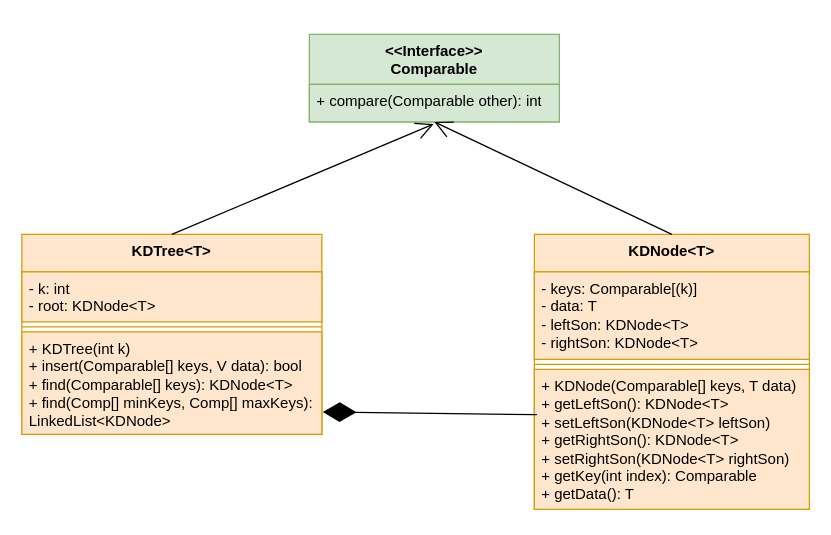
Earlier version of the draw.io diagram doc/UML/KDTreeUML.drawio (juraj-n/ADS2). Source tidied: cells renumbered, new cells numbered last; positions are measured from the earlier drawing's top-left corner, leaving out a move shared by most shapes. Both pictures are drawn from the tidied source at 125%, with x=0, y=0 at pixel (21, 34).
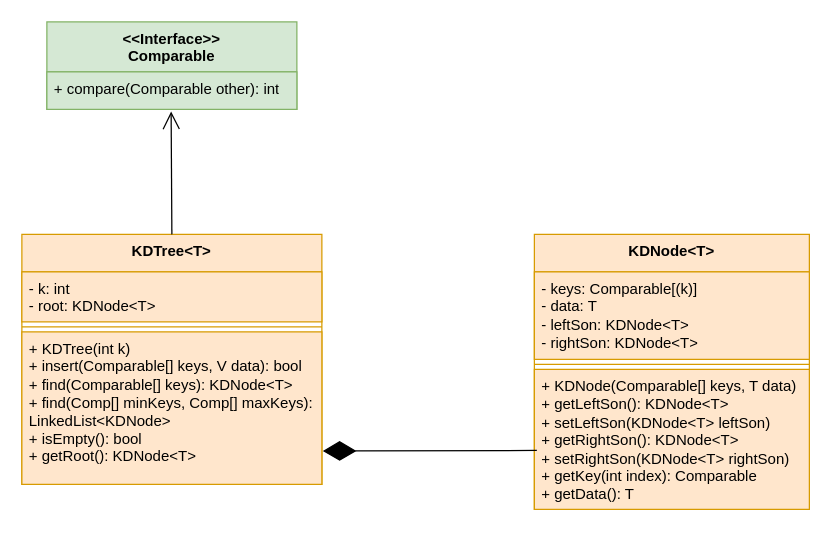
After the change.

Commit message (it also covers changes not shown here):
Data structure connecting QuadTree & KDTree

What changed in the source:
```diff
@@
 <mxGraphModel>
   <root>
     <mxCell id="0" />
     <mxCell id="1" parent="0" />
     <mxCell id="2" value="KDTree&lt;span style=&quot;background-color: transparent; color: light-dark(rgb(0, 0, 0), rgb(255, 255, 255));&quot;&gt;&amp;lt;T&amp;gt;&lt;/span&gt;" style="swimlane;fontStyle=1;align=center;verticalAlign=top;horizontal=1;startSize=30;whiteSpace=wrap;html=1;fillColor=#ffe6cc;strokeColor=#d79b00;" parent="1" vertex="1">
-      <mxGeometry y="160" width="240" height="160" as="geometry" />
+      <mxGeometry y="160" width="240" height="200" as="geometry" />
     </mxCell>
     <mxCell id="3" value="- k: int&lt;div&gt;- root: KDNode&amp;lt;T&amp;gt;&lt;/div&gt;" style="text;strokeColor=#d79b00;fillColor=#ffe6cc;align=left;verticalAlign=top;spacingLeft=4;spacingRight=4;overflow=hidden;whiteSpace=wrap;html=1;" parent="2" vertex="1">
       <mxGeometry y="30" width="240" height="40" as="geometry" />
     </mxCell>
     <mxCell id="4" style="line;strokeWidth=1;fillColor=#ffe6cc;align=left;verticalAlign=middle;spacingTop=-1;spacingLeft=3;spacingRight=3;labelPosition=right;strokeColor=#d79b00;" parent="2" vertex="1">
       <mxGeometry y="70" width="240" height="8" as="geometry" />
     </mxCell>
-    <mxCell id="5" value="+ KDTree(int k)&lt;div&gt;+ insert(Comparable[] keys, V data): bool&lt;/div&gt;&lt;div&gt;+ find(Comparable[] keys): KDNode&amp;lt;T&amp;gt;&lt;/div&gt;&lt;div&gt;+ find(Comp[] minKeys, Comp[] maxKeys): LinkedList&amp;lt;KDNode&amp;gt;&lt;/div&gt;" style="text;strokeColor=#d79b00;fillColor=#ffe6cc;align=left;verticalAlign=top;spacingLeft=4;spacingRight=4;overflow=hidden;points=[[0,0.5],[1,0.5]];portConstraint=eastwest;whiteSpace=wrap;html=1;" parent="2" vertex="1">
-      <mxGeometry y="78" width="240" height="82" as="geometry" />
+    <mxCell id="5" value="+ KDTree(int k)&lt;div&gt;+ insert(Comparable[] keys, V data): bool&lt;/div&gt;&lt;div&gt;+ find(Comparable[] keys): KDNode&amp;lt;T&amp;gt;&lt;/div&gt;&lt;div&gt;+ find(Comp[] minKeys, Comp[] maxKeys): LinkedList&amp;lt;KDNode&amp;gt;&lt;/div&gt;&lt;div&gt;+ isEmpty(): bool&lt;/div&gt;&lt;div&gt;+ getRoot(): KDNode&amp;lt;T&amp;gt;&lt;/div&gt;" style="text;strokeColor=#d79b00;fillColor=#ffe6cc;align=left;verticalAlign=top;spacingLeft=4;spacingRight=4;overflow=hidden;points=[[0,0.5],[1,0.5]];portConstraint=eastwest;whiteSpace=wrap;html=1;" parent="2" vertex="1">
+      <mxGeometry y="78" width="240" height="122" as="geometry" />
     </mxCell>
     <mxCell id="6" value="KDNode&lt;span style=&quot;background-color: transparent; color: light-dark(rgb(0, 0, 0), rgb(255, 255, 255));&quot;&gt;&amp;lt;T&amp;gt;&lt;/span&gt;" style="swimlane;fontStyle=1;align=center;verticalAlign=top;horizontal=1;startSize=30;whiteSpace=wrap;html=1;fillColor=#ffe6cc;strokeColor=#d79b00;" parent="1" vertex="1">
       <mxGeometry x="410" y="160" width="220" height="220" as="geometry" />
     </mxCell>
     <mxCell id="7" value="- keys: Comparable[(k)]&lt;div&gt;- data: T&lt;br&gt;&lt;div&gt;- leftSon: KDNode&lt;span style=&quot;background-color: transparent; color: light-dark(rgb(0, 0, 0), rgb(255, 255, 255));&quot;&gt;&amp;lt;T&amp;gt;&lt;/span&gt;&lt;/div&gt;&lt;div&gt;- rightSon: KDNode&lt;span style=&quot;background-color: transparent; color: light-dark(rgb(0, 0, 0), rgb(255, 255, 255));&quot;&gt;&amp;lt;T&amp;gt;&lt;/span&gt;&lt;/div&gt;&lt;/div&gt;" style="text;strokeColor=#d79b00;fillColor=#ffe6cc;align=left;verticalAlign=top;spacingLeft=4;spacingRight=4;overflow=hidden;whiteSpace=wrap;html=1;" parent="6" vertex="1">
       <mxGeometry y="30" width="220" height="70" as="geometry" />
     </mxCell>
     <mxCell id="8" style="line;strokeWidth=1;fillColor=none;align=left;verticalAlign=middle;spacingTop=-1;spacingLeft=3;spacingRight=3;labelPosition=right;strokeColor=inherit;" parent="6" vertex="1">
       <mxGeometry y="100" width="220" height="8" as="geometry" />
     </mxCell>
     <mxCell id="9" value="&lt;div&gt;+ KDNode(Comparable[] keys, T data)&lt;/div&gt;&lt;div&gt;&lt;div&gt;+ getLeftSon(): KDNode&amp;lt;T&amp;gt;&lt;/div&gt;&lt;div&gt;+ setLeftSon(KDNode&amp;lt;T&amp;gt; leftSon)&lt;/div&gt;&lt;div&gt;+ getRightSon(): KDNode&amp;lt;T&amp;gt;&lt;/div&gt;&lt;/div&gt;&lt;div&gt;+ setRightSon(KDNode&amp;lt;T&amp;gt; rightSon)&lt;/div&gt;&lt;div&gt;&lt;div&gt;+ getKey(int index): Comparable&lt;/div&gt;&lt;div&gt;&lt;span style=&quot;background-color: transparent; color: light-dark(rgb(0, 0, 0), rgb(255, 255, 255));&quot;&gt;+ getData(): T&lt;/span&gt;&lt;/div&gt;&lt;div&gt;&lt;br&gt;&lt;/div&gt;&lt;/div&gt;" style="text;strokeColor=#d79b00;fillColor=#ffe6cc;align=left;verticalAlign=top;spacingLeft=4;spacingRight=4;overflow=hidden;points=[[0,0.5],[1,0.5]];portConstraint=eastwest;whiteSpace=wrap;html=1;" parent="6" vertex="1">
       <mxGeometry y="108" width="220" height="112" as="geometry" />
     </mxCell>
     <mxCell id="10" value="&amp;lt;&amp;lt;Interface&amp;gt;&amp;gt;&lt;div&gt;Comparable&lt;/div&gt;" style="swimlane;fontStyle=1;align=center;verticalAlign=top;horizontal=1;startSize=40;whiteSpace=wrap;html=1;fillColor=#d5e8d4;strokeColor=#82b366;" parent="1" vertex="1">
-      <mxGeometry x="230" width="200" height="70" as="geometry" />
+      <mxGeometry x="20" y="-10" width="200" height="70" as="geometry" />
     </mxCell>
     <mxCell id="11" value="+ compare(Comparable other): int" style="text;strokeColor=#82b366;fillColor=#d5e8d4;align=left;verticalAlign=top;spacingLeft=4;spacingRight=4;overflow=hidden;points=[[0,0.5],[1,0.5]];portConstraint=eastwest;whiteSpace=wrap;html=1;" parent="10" vertex="1">
       <mxGeometry y="40" width="200" height="30" as="geometry" />
     </mxCell>
-    <mxCell id="12" style="endArrow=diamondThin;endFill=1;endSize=24;html=1;rounded=0;exitX=0.009;exitY=0.324;exitDx=0;exitDy=0;entryX=1.003;entryY=0.781;entryDx=0;entryDy=0;entryPerimeter=0;exitPerimeter=0;" parent="1" edge="1" source="9" target="5">
+    <mxCell id="12" style="endArrow=diamondThin;endFill=1;endSize=24;html=1;rounded=0;exitX=0.009;exitY=0.579;exitDx=0;exitDy=0;entryX=1.003;entryY=0.781;entryDx=0;entryDy=0;entryPerimeter=0;exitPerimeter=0;" parent="1" edge="1" source="9" target="5">
       <mxGeometry relative="1" as="geometry" />
     </mxCell>
     <mxCell id="13" style="endArrow=open;endFill=1;endSize=12;html=1;rounded=0;entryX=0.497;entryY=1.056;entryDx=0;entryDy=0;entryPerimeter=0;exitX=0.5;exitY=0;exitDx=0;exitDy=0;" parent="1" edge="1" source="2" target="11">
       <mxGeometry relative="1" as="geometry" />
     </mxCell>
-    <mxCell id="14" style="endArrow=open;endFill=1;endSize=12;html=1;rounded=0;entryX=0.5;entryY=1;entryDx=0;entryDy=0;exitX=0.5;exitY=0;exitDx=0;exitDy=0;" parent="1" edge="1" source="6" target="10">
-      <mxGeometry relative="1" as="geometry" />
-    </mxCell>
   </root>
 </mxGraphModel>
```
